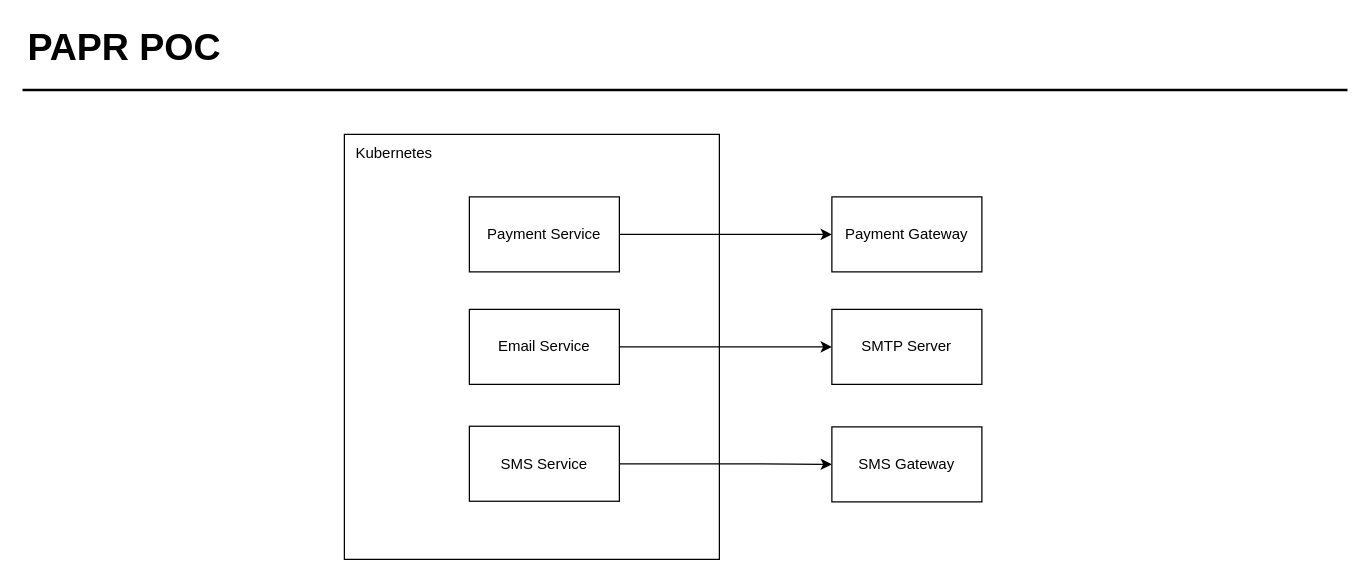
stefanbertos/spring-cloud keeps this draw.io diagram as Untitled Diagram.drawio. Above is the earlier version. Source tidied: cells renumbered, new cells numbered last; positions are measured from the earlier drawing's top-left corner, leaving out a move shared by most shapes. Both pictures are drawn from the tidied source at 125%, with x=0, y=0 at pixel (21, 21).
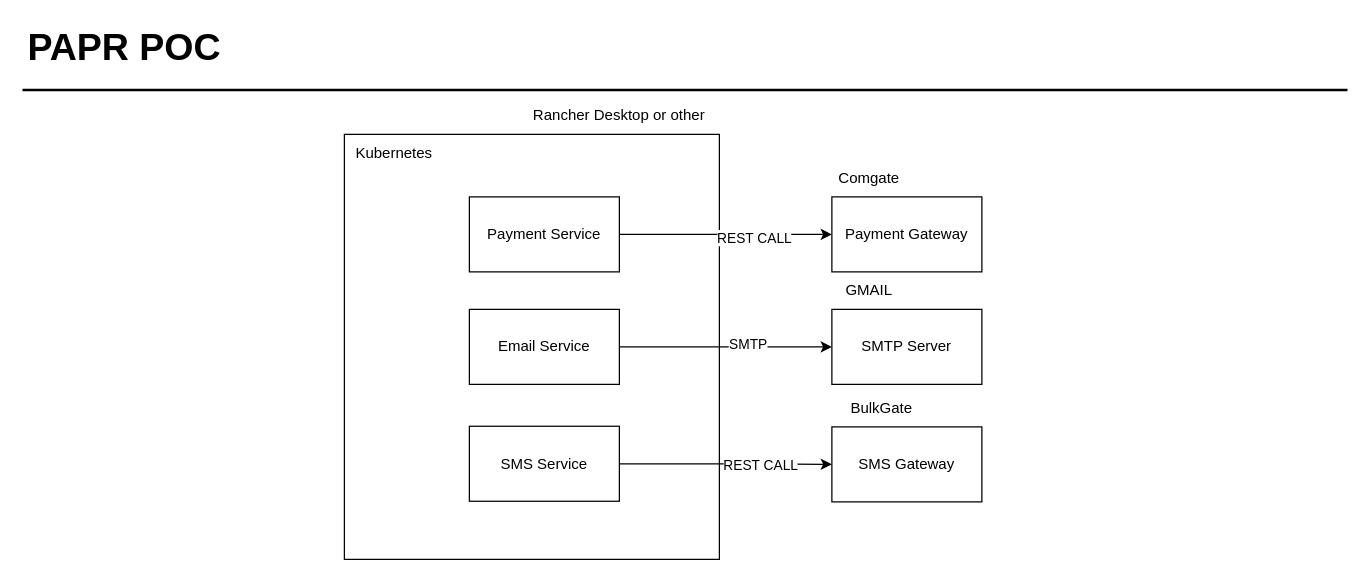
After the change.

Unchanged cells that the change refers to:
```xml
<mxCell id="6" style="edgeStyle=orthogonalEdgeStyle;rounded=0;jettySize=auto;html=1;exitX=1;exitY=0.5;exitDx=0;exitDy=0;entryX=0;entryY=0.5;entryDx=0;entryDy=0;" parent="1" edge="1" source="7" target="13">
  <mxGeometry relative="1" as="geometry" />
</mxCell>
<mxCell id="8" style="edgeStyle=orthogonalEdgeStyle;rounded=0;jettySize=auto;html=1;exitX=1;exitY=0.5;exitDx=0;exitDy=0;entryX=0;entryY=0.5;entryDx=0;entryDy=0;" parent="1" edge="1" source="9" target="12">
  <mxGeometry relative="1" as="geometry" />
</mxCell>
<mxCell id="10" style="edgeStyle=orthogonalEdgeStyle;rounded=0;jettySize=auto;html=1;exitX=1;exitY=0.5;exitDx=0;exitDy=0;entryX=0;entryY=0.5;entryDx=0;entryDy=0;" parent="1" edge="1" source="11" target="14">
  <mxGeometry relative="1" as="geometry" />
</mxCell>
```

Change to the diagram source:
```diff
@@
+    <mxCell id="15" value="SMTP" style="edgeLabel;html=1;align=center;verticalAlign=middle;" parent="6" vertex="1">
+      <mxGeometry x="0.2" y="3" relative="1" as="geometry" />
+    </mxCell>
@@
+    <mxCell id="16" value="REST CALL" style="edgeLabel;html=1;align=center;verticalAlign=middle;" parent="8" vertex="1">
+      <mxGeometry x="0.26" y="-2" relative="1" as="geometry" />
+    </mxCell>
@@
+    <mxCell id="17" value="REST CALL" style="edgeLabel;html=1;align=center;verticalAlign=middle;" parent="10" vertex="1">
+      <mxGeometry x="0.33" relative="1" as="geometry" />
+    </mxCell>
@@
+    <mxCell id="18" value="Comgate" style="text;html=1;align=center;verticalAlign=middle;whiteSpace=wrap;rounded=0;" parent="1" vertex="1">
+      <mxGeometry x="648" y="110" width="60" height="30" as="geometry" />
+    </mxCell>
+    <mxCell id="19" value="BulkGate" style="text;html=1;align=center;verticalAlign=middle;whiteSpace=wrap;rounded=0;" parent="1" vertex="1">
+      <mxGeometry x="658" y="294" width="60" height="30" as="geometry" />
+    </mxCell>
+    <mxCell id="20" value="GMAIL" style="text;html=1;align=center;verticalAlign=middle;whiteSpace=wrap;rounded=0;" parent="1" vertex="1">
+      <mxGeometry x="648" y="200" width="60" height="30" as="geometry" />
+    </mxCell>
+    <mxCell id="21" value="Rancher Desktop or other" style="text;html=1;align=center;verticalAlign=middle;whiteSpace=wrap;rounded=0;" parent="1" vertex="1">
+      <mxGeometry x="368" y="60" width="220" height="30" as="geometry" />
+    </mxCell>
```
